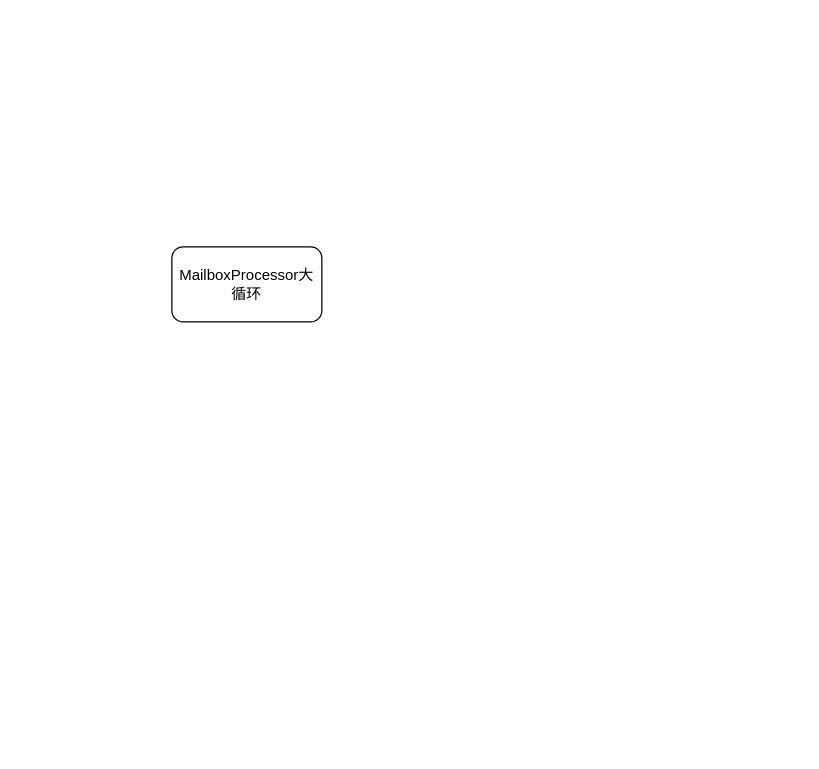
This is checkpoint在非源节点的处理逻辑.drawio from BaoPiao/blog, a draw.io file, before an edit. Source tidied: cells renumbered, new cells numbered last; positions are measured from the earlier drawing's top-left corner, leaving out a move shared by most shapes. Both pictures are drawn from the tidied source at 125%, with x=0, y=0 at pixel (171, 246).
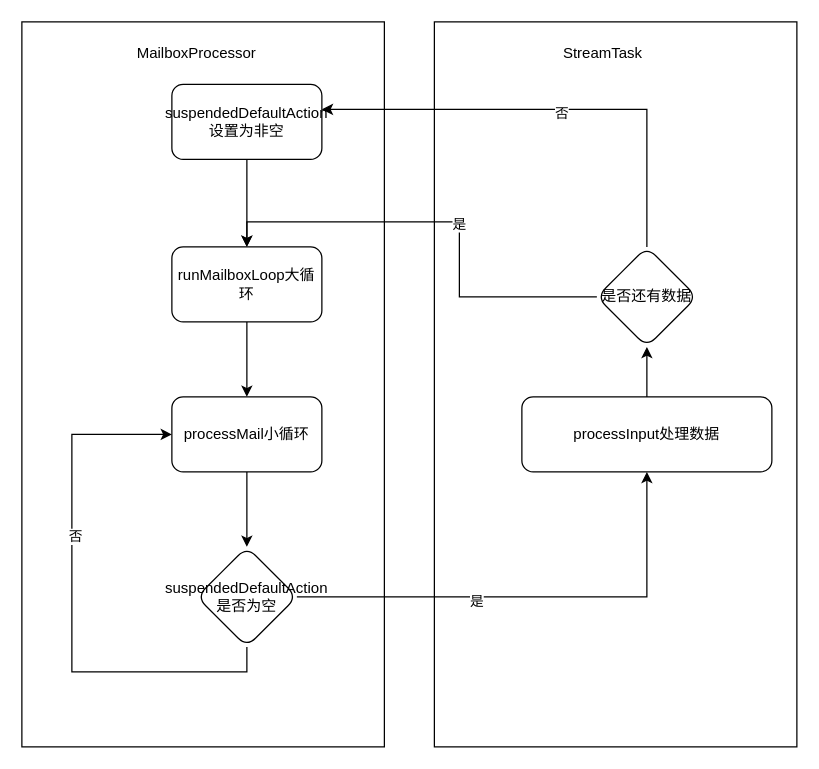
The same diagram, later.

Commit message:
更新checkpoint在非源节点的处理逻辑.drawio

Diff of the diagram source:
```diff
@@
+    <mxCell id="3" style="rounded=0;whiteSpace=wrap;html=1;" parent="1" vertex="1">
+      <mxGeometry x="-120" y="-180" width="290" height="580" as="geometry" />
+    </mxCell>
+    <mxCell id="4" style="rounded=0;whiteSpace=wrap;html=1;" parent="1" vertex="1">
+      <mxGeometry x="210" y="-180" width="290" height="580" as="geometry" />
+    </mxCell>
+    <mxCell id="5" style="edgeStyle=orthogonalEdgeStyle;rounded=0;jettySize=auto;html=1;" parent="1" edge="1" source="2" target="7">
+      <mxGeometry relative="1" as="geometry" />
+    </mxCell>
-    <mxCell id="2" value="MailboxProcessor大循环" style="rounded=1;whiteSpace=wrap;html=1;" parent="1" vertex="1">
+    <mxCell id="2" value="runMailboxLoop大循环" style="rounded=1;whiteSpace=wrap;html=1;" parent="1" vertex="1">
       <mxGeometry width="120" height="60" as="geometry" />
     </mxCell>
+    <mxCell id="6" style="edgeStyle=orthogonalEdgeStyle;rounded=0;jettySize=auto;html=1;" parent="1" edge="1" source="7" target="14">
+      <mxGeometry relative="1" as="geometry" />
+    </mxCell>
+    <mxCell id="7" value="processMail小循环" style="rounded=1;whiteSpace=wrap;html=1;" parent="1" vertex="1">
+      <mxGeometry y="120" width="120" height="60" as="geometry" />
+    </mxCell>
+    <mxCell id="8" style="edgeStyle=orthogonalEdgeStyle;rounded=0;jettySize=auto;html=1;" parent="1" edge="1" source="9" target="19">
+      <mxGeometry relative="1" as="geometry" />
+    </mxCell>
+    <mxCell id="9" value="processInput处理数据" style="rounded=1;whiteSpace=wrap;html=1;" parent="1" vertex="1">
+      <mxGeometry x="280" y="120" width="200" height="60" as="geometry" />
+    </mxCell>
+    <mxCell id="10" style="edgeStyle=orthogonalEdgeStyle;rounded=0;jettySize=auto;html=1;entryX=0.5;entryY=1;entryDx=0;entryDy=0;" parent="1" edge="1" source="14" target="9">
+      <mxGeometry relative="1" as="geometry" />
+    </mxCell>
+    <mxCell id="11" value="是" style="edgeLabel;html=1;align=center;verticalAlign=middle;" parent="10" vertex="1">
+      <mxGeometry x="-0.25" y="-3" relative="1" as="geometry" />
+    </mxCell>
+    <mxCell id="12" style="edgeStyle=orthogonalEdgeStyle;rounded=0;jettySize=auto;html=1;exitX=0.5;exitY=1;exitDx=0;exitDy=0;entryX=0;entryY=0.5;entryDx=0;entryDy=0;" parent="1" edge="1" source="14" target="7">
+      <mxGeometry relative="1" as="geometry">
+        <Array as="points">
+          <mxPoint x="60" y="340" />
+          <mxPoint x="-80" y="340" />
+          <mxPoint x="-80" y="150" />
+        </Array>
+      </mxGeometry>
+    </mxCell>
+    <mxCell id="13" value="否" style="edgeLabel;html=1;align=center;verticalAlign=middle;" parent="12" vertex="1">
+      <mxGeometry x="0.25" y="-2" relative="1" as="geometry" />
+    </mxCell>
+    <mxCell id="14" value="suspendedDefaultAction是否为空" style="rhombus;whiteSpace=wrap;html=1;rounded=1;" parent="1" vertex="1">
+      <mxGeometry x="20" y="240" width="80" height="80" as="geometry" />
+    </mxCell>
+    <mxCell id="15" style="edgeStyle=orthogonalEdgeStyle;rounded=0;jettySize=auto;html=1;entryX=0.5;entryY=0;entryDx=0;entryDy=0;" parent="1" edge="1" source="19" target="2">
+      <mxGeometry relative="1" as="geometry" />
+    </mxCell>
+    <mxCell id="16" value="是" style="edgeLabel;html=1;align=center;verticalAlign=middle;" parent="15" vertex="1">
+      <mxGeometry x="-0.06" y="1" relative="1" as="geometry" />
+    </mxCell>
+    <mxCell id="17" style="edgeStyle=orthogonalEdgeStyle;rounded=0;jettySize=auto;html=1;" parent="1" edge="1" source="19" target="21">
+      <mxGeometry relative="1" as="geometry">
+        <Array as="points">
+          <mxPoint x="380" y="-110" />
+        </Array>
+      </mxGeometry>
+    </mxCell>
+    <mxCell id="18" value="否" style="edgeLabel;html=1;align=center;verticalAlign=middle;" parent="17" vertex="1">
+      <mxGeometry x="-0.03" y="2" relative="1" as="geometry" />
+    </mxCell>
+    <mxCell id="19" value="是否还有数据" style="rhombus;whiteSpace=wrap;html=1;rounded=1;" parent="1" vertex="1">
+      <mxGeometry x="340" width="80" height="80" as="geometry" />
+    </mxCell>
+    <mxCell id="20" style="edgeStyle=orthogonalEdgeStyle;rounded=0;jettySize=auto;html=1;" parent="1" edge="1" source="21" target="2">
+      <mxGeometry relative="1" as="geometry" />
+    </mxCell>
+    <mxCell id="21" value="suspendedDefaultAction设置为非空" style="whiteSpace=wrap;html=1;rounded=1;" parent="1" vertex="1">
+      <mxGeometry y="-130" width="120" height="60" as="geometry" />
+    </mxCell>
+    <mxCell id="22" value="MailboxProcessor" style="text;html=1;strokeColor=none;fillColor=none;align=center;verticalAlign=middle;whiteSpace=wrap;rounded=0;" parent="1" vertex="1">
+      <mxGeometry x="-10" y="-170" width="60" height="30" as="geometry" />
+    </mxCell>
+    <mxCell id="23" value="StreamTask" style="text;html=1;strokeColor=none;fillColor=none;align=center;verticalAlign=middle;whiteSpace=wrap;rounded=0;" parent="1" vertex="1">
+      <mxGeometry x="315" y="-170" width="60" height="30" as="geometry" />
+    </mxCell>
```
